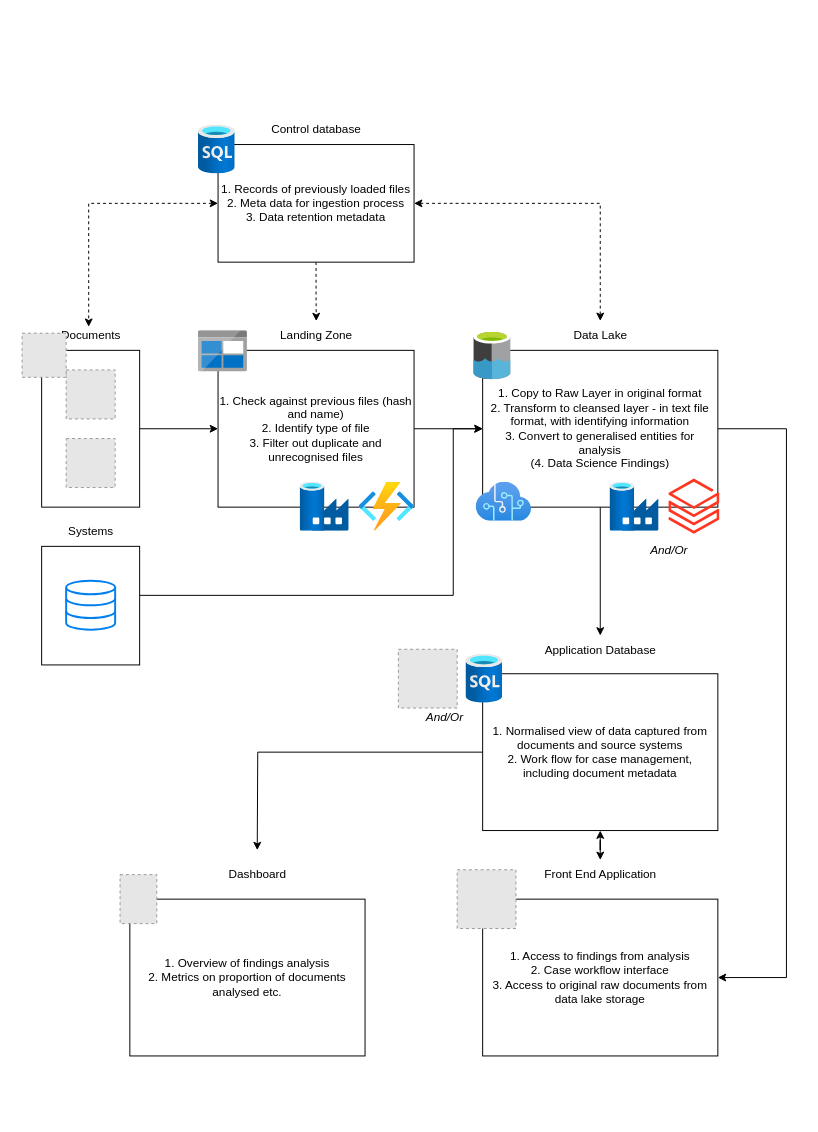
Earlier version of the draw.io diagram page "Proposed" (2 of 3) of Untitled Diagram.drawio (oliver-wolffe/diagrams). Source tidied: cells renumbered, new cells numbered last; positions are measured from the earlier drawing's top-left corner, leaving out a move shared by most shapes. Both pictures are drawn from the tidied source at 98%, with x=0, y=0 at pixel (22, 115). Pictures stored in the file or linked from it are replaced by grey dashed boxes.
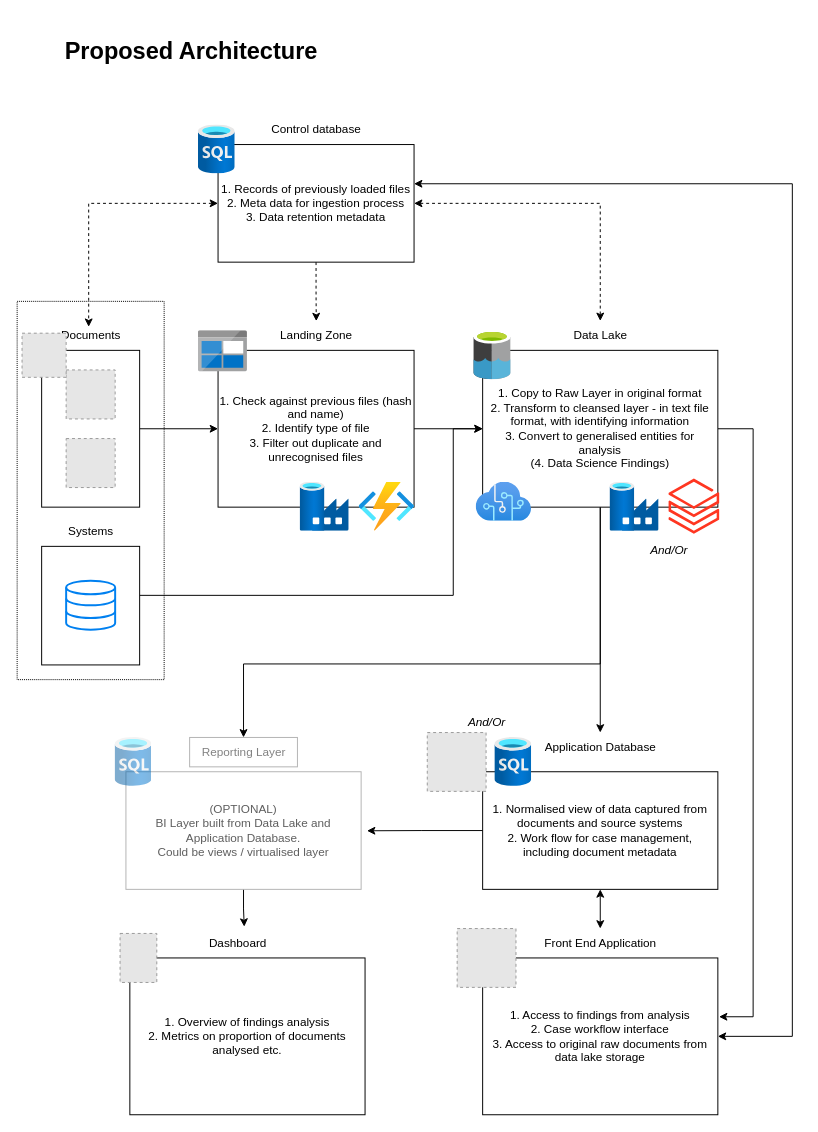
The same diagram, later.

Unchanged cells that the change refers to:
```xml
<mxCell id="5" value="1. Records of previously loaded files&lt;br&gt;2. Meta data for ingestion process&lt;br&gt;3. Data retention metadata" style="rounded=0;whiteSpace=wrap;html=1;" parent="1" vertex="1">
  <mxGeometry x="200" y="30" width="200" height="120" as="geometry" />
</mxCell>
<mxCell id="21" value="1. Copy to Raw Layer in original format&lt;br&gt;2. Transform to cleansed layer - in text file format, with identifying information&lt;br&gt;3. Convert to generalised entities for analysis&lt;br&gt;(4. Data Science Findings)" style="rounded=0;whiteSpace=wrap;html=1;" parent="1" vertex="1">
  <mxGeometry x="470" y="240" width="240" height="160" as="geometry" />
</mxCell>
```

What changed in the source:
```diff
@@
+    <mxCell id="46" style="edgeStyle=orthogonalEdgeStyle;rounded=0;jettySize=auto;html=1;entryX=1;entryY=0.5;entryDx=0;entryDy=0;startArrow=classic;startFill=1;" parent="1" edge="1" source="5" target="39">
+      <mxGeometry relative="1" as="geometry">
+        <Array as="points">
+          <mxPoint x="786" y="70" />
+          <mxPoint x="786" y="940" />
+        </Array>
+      </mxGeometry>
+    </mxCell>
@@
-    <mxCell id="19" style="edgeStyle=orthogonalEdgeStyle;rounded=0;jettySize=auto;html=1;startArrow=none;startFill=0;entryX=1;entryY=0.5;entryDx=0;entryDy=0;" parent="1" edge="1" source="21" target="39">
+    <mxCell id="19" style="edgeStyle=orthogonalEdgeStyle;rounded=0;jettySize=auto;html=1;startArrow=none;startFill=0;entryX=1.005;entryY=0.375;entryDx=0;entryDy=0;entryPerimeter=0;" parent="1" edge="1" source="21" target="39">
       <mxGeometry relative="1" as="geometry">
         <Array as="points">
-          <mxPoint x="780" y="320" />
-          <mxPoint x="780" y="880" />
+          <mxPoint x="746" y="320" />
+          <mxPoint x="746" y="920" />
         </Array>
       </mxGeometry>
     </mxCell>
@@
+    <mxCell id="47" style="edgeStyle=orthogonalEdgeStyle;rounded=0;jettySize=auto;html=1;startArrow=none;startFill=0;" parent="1" edge="1" source="21" target="51">
+      <mxGeometry relative="1" as="geometry">
+        <Array as="points">
+          <mxPoint x="590" y="560" />
+          <mxPoint x="226" y="560" />
+        </Array>
+      </mxGeometry>
+    </mxCell>
@@
-    <mxCell id="31" style="edgeStyle=orthogonalEdgeStyle;rounded=0;jettySize=auto;html=1;startArrow=none;startFill=0;" parent="1" edge="1" source="33">
-      <mxGeometry relative="1" as="geometry">
-        <mxPoint x="240" y="750" as="targetPoint" />
-      </mxGeometry>
-    </mxCell>
@@
+    <mxCell id="48" style="edgeStyle=orthogonalEdgeStyle;rounded=0;jettySize=auto;html=1;entryX=1.025;entryY=0.502;entryDx=0;entryDy=0;entryPerimeter=0;fontColor=#828282;startArrow=none;startFill=0;" parent="1" edge="1" source="33" target="50">
+      <mxGeometry relative="1" as="geometry" />
+    </mxCell>
     <mxCell id="33" value="1. Normalised view of data captured from documents and source systems&lt;br&gt;2. Work flow for case management, including document metadata" style="rounded=0;whiteSpace=wrap;html=1;strokeColor=default;fillColor=none;" parent="1" vertex="1">
-      <mxGeometry x="470" y="570" width="240" height="160" as="geometry" />
+      <mxGeometry x="470" y="670" width="240" height="120" as="geometry" />
     </mxCell>
     <mxCell id="34" style="html=1;align=center;image;fontSize=12;image=img/lib/azure2/databases/SQL_Database.svg;strokeColor=default;fillColor=none;" parent="1" vertex="1">
-      <mxGeometry x="453" y="550" width="37.5" height="50" as="geometry" />
+      <mxGeometry x="482.5" y="635" width="37.5" height="50" as="geometry" />
     </mxCell>
     <mxCell id="35" value="Application Database" style="text;html=1;align=center;verticalAlign=middle;points=[];strokeColor=none;fillColor=none;" parent="1" vertex="1">
-      <mxGeometry x="520" y="531" width="140" height="30" as="geometry" />
+      <mxGeometry x="520" y="630" width="140" height="30" as="geometry" />
     </mxCell>
@@
     <mxCell id="37" value="1. Overview of findings analysis&lt;br&gt;2. Metrics on proportion of documents analysed etc." style="rounded=0;whiteSpace=wrap;html=1;strokeColor=default;fillColor=none;" parent="1" vertex="1">
-      <mxGeometry x="110" y="800" width="240" height="160" as="geometry" />
+      <mxGeometry x="110" y="860" width="240" height="160" as="geometry" />
     </mxCell>
     <mxCell id="38" value="Dashboard" style="text;html=1;align=center;verticalAlign=middle;points=[];strokeColor=none;fillColor=none;" parent="1" vertex="1">
-      <mxGeometry x="200" y="760" width="80" height="30" as="geometry" />
+      <mxGeometry x="180" y="830" width="80" height="30" as="geometry" />
     </mxCell>
     <mxCell id="39" value="1. Access to findings from analysis&lt;br&gt;2. Case workflow interface&lt;br&gt;3. Access to original raw documents from data lake storage" style="rounded=0;whiteSpace=wrap;html=1;strokeColor=default;fillColor=none;" parent="1" vertex="1">
-      <mxGeometry x="470" y="800" width="240" height="160" as="geometry" />
+      <mxGeometry x="470" y="860" width="240" height="160" as="geometry" />
     </mxCell>
     <mxCell id="40" value="Front End Application" style="text;html=1;align=center;verticalAlign=middle;points=[];strokeColor=none;fillColor=none;" parent="1" vertex="1">
-      <mxGeometry x="520" y="760" width="140" height="30" as="geometry" />
+      <mxGeometry x="520" y="830" width="140" height="30" as="geometry" />
     </mxCell>
     <mxCell id="41" style="fillColor=#E6E6E6;strokeColor=#999999;dashed=1;verticalLabelPosition=bottom;verticalAlign=top;" parent="1" vertex="1">
-      <mxGeometry x="100" y="775" width="37.5" height="50" as="geometry" />
+      <mxGeometry x="100" y="835" width="37.5" height="50" as="geometry" />
     </mxCell>
     <mxCell id="42" style="fillColor=#E6E6E6;strokeColor=#999999;dashed=1;verticalLabelPosition=bottom;labelBackgroundColor=default;verticalAlign=top;" parent="1" vertex="1">
-      <mxGeometry x="444" y="770" width="60" height="60" as="geometry" />
+      <mxGeometry x="444" y="830" width="60" height="60" as="geometry" />
     </mxCell>
     <mxCell id="43" style="fillColor=#E6E6E6;strokeColor=#999999;dashed=1;verticalLabelPosition=bottom;labelBackgroundColor=default;verticalAlign=top;" parent="1" vertex="1">
-      <mxGeometry x="384" y="545" width="60" height="60" as="geometry" />
+      <mxGeometry x="413.5" y="630" width="60" height="60" as="geometry" />
     </mxCell>
     <mxCell id="44" value="And/Or" style="text;html=1;align=center;verticalAlign=middle;strokeColor=none;fillColor=none;fontStyle=2;" parent="1" vertex="1">
-      <mxGeometry x="401" y="600" width="60" height="30" as="geometry" />
+      <mxGeometry x="444" y="605" width="60" height="30" as="geometry" />
     </mxCell>
@@
+    <mxCell id="49" style="edgeStyle=orthogonalEdgeStyle;rounded=0;jettySize=auto;html=1;entryX=0.584;entryY=-0.064;entryDx=0;entryDy=0;entryPerimeter=0;startArrow=none;startFill=0;" parent="1" edge="1" source="50" target="38">
+      <mxGeometry relative="1" as="geometry" />
+    </mxCell>
+    <mxCell id="50" value="&lt;font color=&quot;#5e5e5e&quot;&gt;(OPTIONAL)&lt;br&gt;BI Layer built from Data Lake and Application Database.&lt;br&gt;Could be views / virtualised layer&lt;/font&gt;" style="rounded=0;whiteSpace=wrap;html=1;strokeColor=#B3B3B3;fillColor=none;" parent="1" vertex="1">
+      <mxGeometry x="106" y="670" width="240" height="120" as="geometry" />
+    </mxCell>
+    <mxCell id="51" value="&lt;font color=&quot;#828282&quot;&gt;Reporting Layer&lt;/font&gt;" style="text;html=1;align=center;verticalAlign=middle;points=[];strokeColor=#B3B3B3;fillColor=none;" parent="1" vertex="1">
+      <mxGeometry x="171" y="635" width="110" height="30" as="geometry" />
+    </mxCell>
+    <mxCell id="52" style="html=1;align=center;image;fontSize=12;image=img/lib/azure2/databases/SQL_Database.svg;strokeColor=default;fillColor=none;opacity=50;" parent="1" vertex="1">
+      <mxGeometry x="95" y="635" width="37.5" height="50" as="geometry" />
+    </mxCell>
+    <mxCell id="53" value="&lt;h1&gt;Proposed Architecture&lt;/h1&gt;" style="text;html=1;align=left;verticalAlign=middle;strokeColor=none;fillColor=none;fontColor=#000000;" parent="1" vertex="1">
+      <mxGeometry x="42" y="-100" width="280" height="70" as="geometry" />
+    </mxCell>
+    <mxCell id="54" style="rounded=0;whiteSpace=wrap;html=1;strokeColor=default;fillColor=none;dashed=1;dashPattern=1 1;" parent="1" vertex="1">
+      <mxGeometry x="-5" y="190" width="150" height="386" as="geometry" />
+    </mxCell>
```
